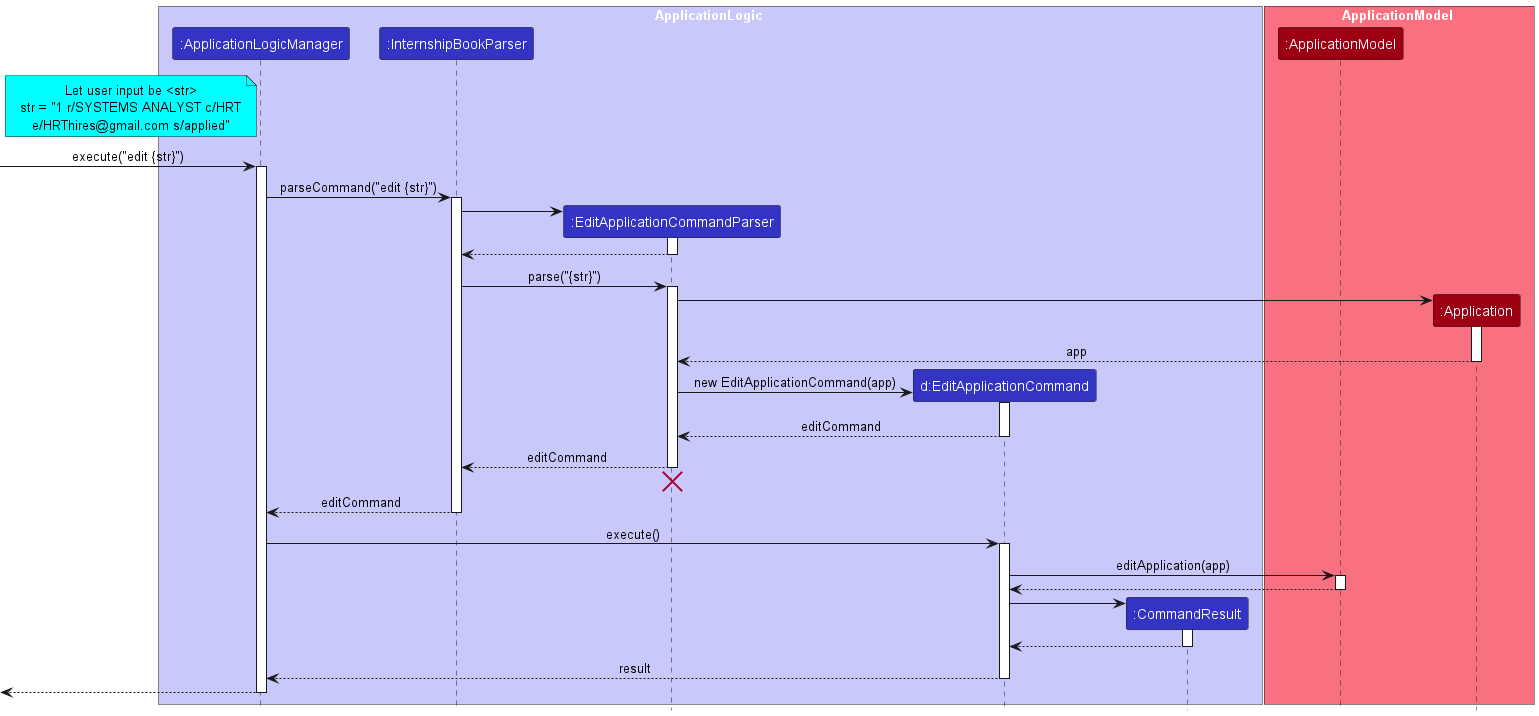
Earlier version of the PlantUML export docs/images/EditApplicationSequenceDiagram.png (nus-cs2103-AY2223S2/tp).
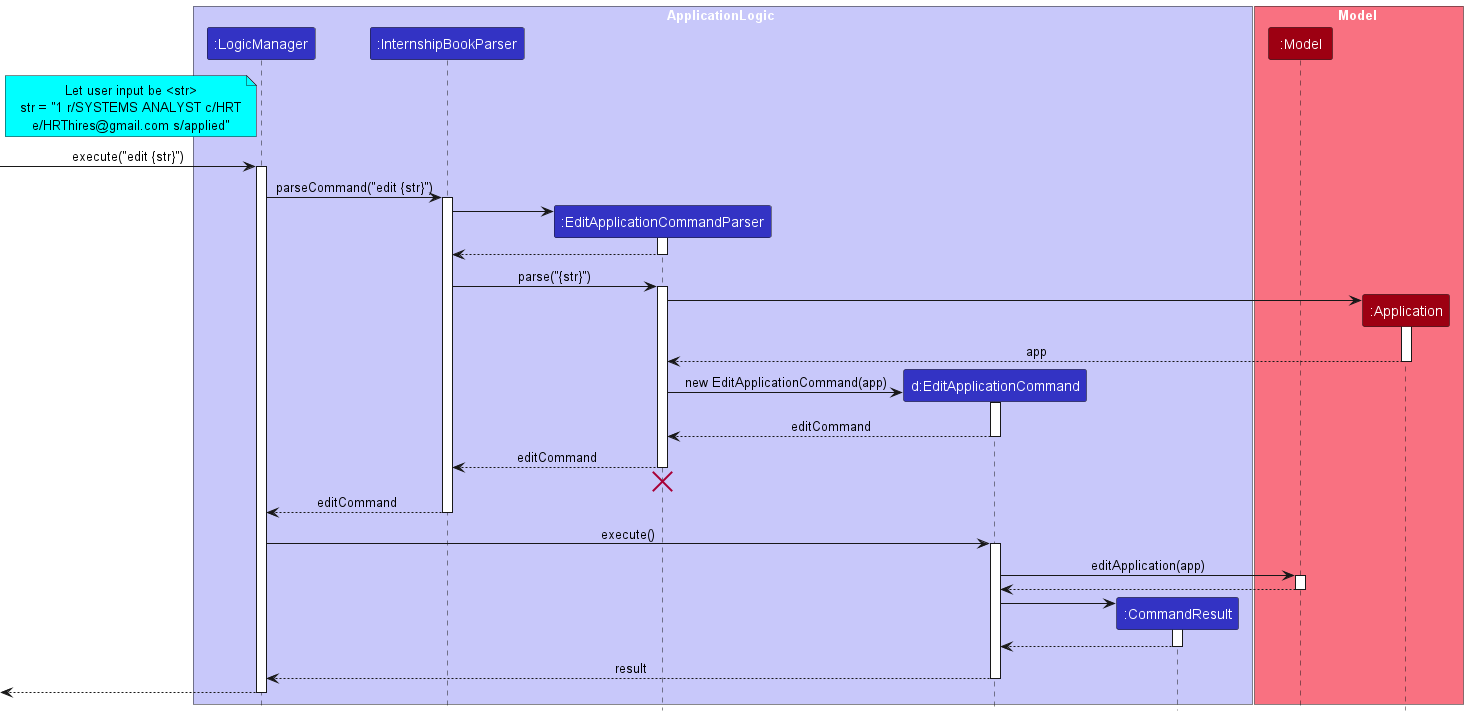
Later version of the same file.

Change to the diagram source:
```diff
@@ -2,28 +2,28 @@
 !include style.puml
 
 box ApplicationLogic LOGIC_COLOR_T1
-participant ":ApplicationLogicManager" as ApplicationLogicManager LOGIC_COLOR
+participant ":LogicManager" as LogicManager LOGIC_COLOR
 participant ":InternshipBookParser" as InternshipBookParser LOGIC_COLOR
 participant ":EditApplicationCommandParser" as EditApplicationCommandParser LOGIC_COLOR
 participant "d:EditApplicationCommand" as EditApplicationCommand LOGIC_COLOR
 participant ":CommandResult" as CommandResult LOGIC_COLOR
 end box
 
-box ApplicationModel MODEL_COLOR_T1
-participant ":ApplicationModel" as ApplicationModel MODEL_COLOR
+box Model MODEL_COLOR_T1
+participant ":Model" as Model MODEL_COLOR
 participant ":Application" as Application MODEL_COLOR
 end box
 
-note left of ApplicationLogicManager #aqua
+note left of LogicManager #aqua
 Let user input be <str>
 str = "1 r/SYSTEMS ANALYST c/HRT
 e/HRThires@gmail.com s/applied"
 end note
 
-[-> ApplicationLogicManager : execute("edit {str}")
-activate ApplicationLogicManager
+[-> LogicManager : execute("edit {str}")
+activate LogicManager
 
-ApplicationLogicManager -> InternshipBookParser : parseCommand("edit {str}")
+LogicManager -> InternshipBookParser : parseCommand("edit {str}")
 activate InternshipBookParser
 
 create EditApplicationCommandParser
@@ -55,17 +55,17 @@
 EditApplicationCommandParser -[hidden]-> InternshipBookParser
 destroy EditApplicationCommandParser
 
-InternshipBookParser --> ApplicationLogicManager : editCommand
+InternshipBookParser --> LogicManager : editCommand
 deactivate InternshipBookParser
 
-ApplicationLogicManager -> EditApplicationCommand : execute()
+LogicManager -> EditApplicationCommand : execute()
 activate EditApplicationCommand
 
-EditApplicationCommand -> ApplicationModel : editApplication(app)
-activate ApplicationModel
+EditApplicationCommand -> Model : editApplication(app)
+activate Model
 
-ApplicationModel --> EditApplicationCommand
-deactivate ApplicationModel
+Model --> EditApplicationCommand
+deactivate Model
 
 create CommandResult
 EditApplicationCommand -> CommandResult
@@ -74,9 +74,10 @@
 CommandResult --> EditApplicationCommand
 deactivate CommandResult
 
-EditApplicationCommand --> ApplicationLogicManager : result
+EditApplicationCommand --> LogicManager : result
 deactivate EditApplicationCommand
 
-[<--ApplicationLogicManager
-deactivate ApplicationLogicManager
+[<--LogicManager
+deactivate LogicManager
+
 @enduml
```
